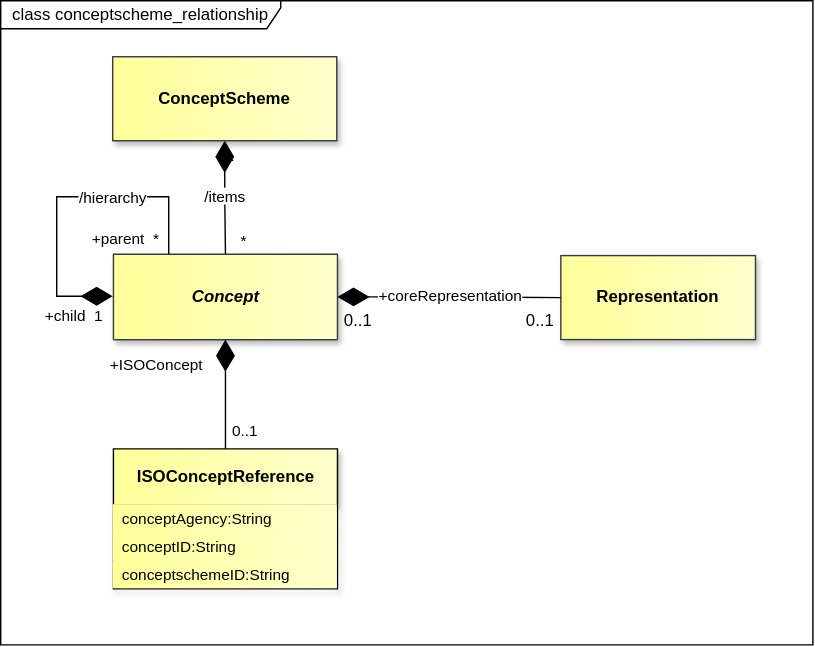
Before: docs/information_model/media/sdmx_conceptscheme-conceptschemerelationship.svg, a diagram exported from draw.io (sdmx-twg/sdmx-im). Source tidied: cells renumbered, new cells last; positions are measured from the earlier drawing's top-left corner, leaving out a move shared by most shapes.
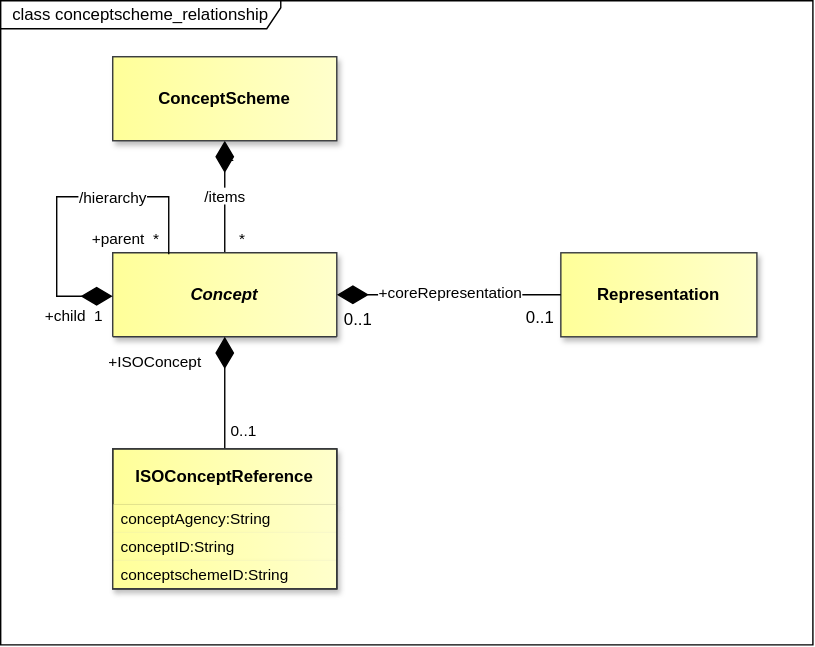
After the change.

What changed in the source:
```diff
@@ -2,11 +2,11 @@
   <root>
     <mxCell id="0" />
     <mxCell id="1" parent="0" />
-    <mxCell id="2" value="class conceptscheme_relationship" style="shape=umlFrame;whiteSpace=wrap;html=1;fillColor=light-dark(#FFFFFF,#121212);swimlaneFillColor=light-dark(#FFFFFF,#121212);width=200;height=20;" parent="1" vertex="1">
+    <mxCell id="2" value="&amp;nbsp; class conceptscheme_relationship" style="shape=umlFrame;whiteSpace=wrap;html=1;fillColor=light-dark(#FFFFFF,#121212);swimlaneFillColor=light-dark(#FFFFFF,#121212);width=200;height=20;align=left;" parent="1" vertex="1">
       <mxGeometry width="580" height="460" as="geometry" />
     </mxCell>
-    <mxCell id="3" value="&lt;font style=&quot;color: light-dark(rgb(0, 0, 0), rgb(255, 255, 255)); background-color: light-dark(rgb(255, 255, 255), rgb(0, 0, 0));&quot;&gt;/items&lt;/font&gt;" style="endArrow=none;html=1;endSize=12;startArrow=diamondThin;startSize=20;startFill=1;edgeStyle=orthogonalEdgeStyle;rounded=0;endFill=0;strokeColor=light-dark(#000000,#FFFFFF);fontColor=light-dark(#000000,#FFFFFF);labelBackgroundColor=none;exitX=0.5;exitY=1;exitDx=0;exitDy=0;entryX=0.5;entryY=0;entryDx=0;entryDy=0;" parent="1" edge="1" source="6" target="7">
-      <mxGeometry x="-0.01" relative="1" as="geometry" />
+    <mxCell id="3" value="&lt;font style=&quot;color: light-dark(rgb(0, 0, 0), rgb(255, 255, 255)); background-color: light-dark(rgb(255, 255, 255), rgb(0, 0, 0));&quot;&gt;/items&lt;/font&gt;" style="endArrow=none;html=1;endSize=12;startArrow=diamondThin;startSize=20;startFill=1;rounded=0;endFill=0;strokeColor=light-dark(#000000,#FFFFFF);fontColor=light-dark(#000000,#FFFFFF);labelBackgroundColor=none;exitX=0.5;exitY=1;exitDx=0;exitDy=0;entryX=0.5;entryY=0;entryDx=0;entryDy=0;" parent="1" edge="1" source="6" target="7">
+      <mxGeometry relative="1" as="geometry" />
     </mxCell>
     <mxCell id="4" value="*" style="edgeLabel;html=1;align=right;verticalAlign=top;labelBackgroundColor=none;fontColor=light-dark(#000000,#FFFFFF);" parent="3" vertex="1">
       <mxGeometry x="1" relative="1" as="geometry">
@@ -20,12 +20,12 @@
       <mxGeometry x="80" y="40" width="160" height="60" as="geometry" />
     </mxCell>
     <mxCell id="7" value="Concept" style="swimlane;fontStyle=3;align=center;verticalAlign=middle;horizontal=1;startSize=61;whiteSpace=wrap;html=1;strokeColor=#36393d;fontFamily=Helvetica;fontSize=12;fillColor=light-dark(#FFFF99,#FFFF99);gradientDirection=east;gradientColor=light-dark(#FFFFCC,#FFFFCC);fontColor=light-dark(#000000,#000000);shadow=1;" parent="1" vertex="1">
-      <mxGeometry x="80.5" y="181" width="160" height="61" as="geometry" />
+      <mxGeometry x="80" y="180" width="160" height="60" as="geometry" />
     </mxCell>
     <mxCell id="8" value="Representation" style="whiteSpace=wrap;html=1;verticalAlign=middle;gradientDirection=east;imageVerticalAlign=top;fontStyle=1;fillColor=light-dark(#FFFF99,#FFFF99);strokeColor=#36393d;fontColor=light-dark(#000000,#000000);gradientColor=light-dark(#FFFFCC,#FFFFCC);shadow=1;" parent="1" vertex="1">
-      <mxGeometry x="400" y="182" width="139" height="60" as="geometry" />
+      <mxGeometry x="400" y="180" width="140" height="60" as="geometry" />
     </mxCell>
-    <mxCell id="9" value="&lt;span style=&quot;background-color: rgb(255, 255, 255);&quot;&gt;+coreRepresentation&lt;/span&gt;" style="endArrow=none;html=1;endSize=12;startArrow=diamondThin;startSize=20;startFill=1;edgeStyle=orthogonalEdgeStyle;rounded=0;endFill=0;strokeColor=light-dark(#000000,#FFFFFF);fontColor=light-dark(#000000,#FFFFFF);labelBackgroundColor=none;exitX=1;exitY=0.5;exitDx=0;exitDy=0;entryX=0;entryY=0.5;entryDx=0;entryDy=0;" parent="1" edge="1" source="7" target="8">
+    <mxCell id="9" value="&lt;span style=&quot;background-color: rgb(255, 255, 255);&quot;&gt;+coreRepresentation&lt;/span&gt;" style="endArrow=none;html=1;endSize=12;startArrow=diamondThin;startSize=20;startFill=1;rounded=0;endFill=0;strokeColor=light-dark(#000000,#FFFFFF);fontColor=light-dark(#000000,#FFFFFF);labelBackgroundColor=none;exitX=1;exitY=0.5;exitDx=0;exitDy=0;entryX=0;entryY=0.5;entryDx=0;entryDy=0;" parent="1" edge="1" source="7" target="8">
       <mxGeometry y="-1" relative="1" as="geometry">
         <mxPoint x="1" y="-2" as="offset" />
       </mxGeometry>
@@ -41,19 +41,19 @@
       </mxGeometry>
     </mxCell>
     <mxCell id="12" value="ISOConceptReference" style="swimlane;fontStyle=1;align=center;verticalAlign=middle;horizontal=1;startSize=40;whiteSpace=wrap;html=1;fillColor=light-dark(#FFFF99,#FFFF99);strokeColor=light-dark(#000000,#000000);gradientDirection=east;swimlaneLine=1;fontColor=light-dark(#000000,#000000);labelBackgroundColor=none;textShadow=0;gradientColor=light-dark(#FFFFCC,#FFFFCC);shadow=1;" parent="1" vertex="1">
-      <mxGeometry x="80.5" y="320" width="160" height="100" as="geometry" />
+      <mxGeometry x="80" y="320" width="160" height="100" as="geometry" />
     </mxCell>
-    <mxCell id="13" value="conceptAgency:String" style="text;strokeColor=none;fillColor=light-dark(#FFFF99,#FFFF99);align=left;verticalAlign=middle;spacingLeft=4;spacingRight=4;overflow=hidden;whiteSpace=wrap;html=1;fontFamily=Helvetica;fontSize=11;fontColor=light-dark(#000000,#000000);gradientColor=light-dark(#FFFFCC,#FFFFCC);gradientDirection=east;" parent="12" vertex="1">
+    <mxCell id="13" value="conceptAgency:String" style="text;strokeColor=none;fillColor=light-dark(#FFFF99,#FFFF99);align=left;verticalAlign=middle;spacingLeft=4;spacingRight=4;overflow=hidden;whiteSpace=wrap;html=1;fontFamily=Helvetica;fontSize=11;fontColor=light-dark(#000000,#000000);gradientColor=light-dark(#FFFFCC,#FFFFCC);gradientDirection=east;shadow=1;" parent="12" vertex="1">
       <mxGeometry y="40" width="160" height="20" as="geometry" />
     </mxCell>
-    <mxCell id="14" value="conceptID:String" style="text;strokeColor=none;fillColor=light-dark(#FFFF99,#FFFF99);align=left;verticalAlign=middle;spacingLeft=4;spacingRight=4;overflow=hidden;whiteSpace=wrap;html=1;fontFamily=Helvetica;fontSize=11;fontColor=light-dark(#000000,#000000);gradientColor=light-dark(#FFFFCC,#FFFFCC);gradientDirection=east;" parent="12" vertex="1">
+    <mxCell id="14" value="conceptID:String" style="text;strokeColor=none;fillColor=light-dark(#FFFF99,#FFFF99);align=left;verticalAlign=middle;spacingLeft=4;spacingRight=4;overflow=hidden;whiteSpace=wrap;html=1;fontFamily=Helvetica;fontSize=11;fontColor=light-dark(#000000,#000000);gradientColor=light-dark(#FFFFCC,#FFFFCC);gradientDirection=east;shadow=1;" parent="12" vertex="1">
       <mxGeometry y="60" width="160" height="20" as="geometry" />
     </mxCell>
-    <mxCell id="15" value="conceptschemeID:String" style="text;strokeColor=none;fillColor=light-dark(#FFFF99,#FFFF99);align=left;verticalAlign=middle;spacingLeft=4;spacingRight=4;overflow=hidden;whiteSpace=wrap;html=1;fontFamily=Helvetica;fontSize=11;fontColor=light-dark(#000000,#000000);gradientColor=light-dark(#FFFFCC,#FFFFCC);gradientDirection=east;" parent="12" vertex="1">
+    <mxCell id="15" value="conceptschemeID:String" style="text;strokeColor=none;fillColor=light-dark(#FFFF99,#FFFF99);align=left;verticalAlign=middle;spacingLeft=4;spacingRight=4;overflow=hidden;whiteSpace=wrap;html=1;fontFamily=Helvetica;fontSize=11;fontColor=light-dark(#000000,#000000);gradientColor=light-dark(#FFFFCC,#FFFFCC);gradientDirection=east;shadow=1;" parent="12" vertex="1">
       <mxGeometry y="80" width="160" height="20" as="geometry" />
     </mxCell>
-    <mxCell id="16" value="&lt;span style=&quot;background-color: rgb(255, 255, 255);&quot;&gt;+ISOConcept&lt;/span&gt;" style="endArrow=none;html=1;endSize=12;startArrow=diamondThin;startSize=20;startFill=1;edgeStyle=orthogonalEdgeStyle;rounded=0;endFill=0;strokeColor=light-dark(#000000,#FFFFFF);fontColor=light-dark(#000000,#FFFFFF);labelBackgroundColor=none;exitX=0.5;exitY=1;exitDx=0;exitDy=0;entryX=0.5;entryY=0;entryDx=0;entryDy=0;" parent="1" edge="1" source="7" target="12">
-      <mxGeometry x="-0.54" y="-51" relative="1" as="geometry">
+    <mxCell id="16" value="&lt;span style=&quot;background-color: rgb(255, 255, 255);&quot;&gt;+ISOConcept&lt;/span&gt;" style="endArrow=none;html=1;endSize=12;startArrow=diamondThin;startSize=20;startFill=1;rounded=0;endFill=0;strokeColor=light-dark(#000000,#FFFFFF);fontColor=light-dark(#000000,#FFFFFF);labelBackgroundColor=none;exitX=0.5;exitY=1;exitDx=0;exitDy=0;entryX=0.5;entryY=0;entryDx=0;entryDy=0;" parent="1" edge="1" source="7" target="12">
+      <mxGeometry x="-0.55" y="-51" relative="1" as="geometry">
         <mxPoint x="1" as="offset" />
       </mxGeometry>
     </mxCell>
@@ -83,5 +83,8 @@
         <mxPoint x="-31" y="-6" as="offset" />
       </mxGeometry>
     </mxCell>
+    <mxCell id="21" style="rounded=0;whiteSpace=wrap;html=1;fillColor=none;strokeColor=#36393D;" parent="1" vertex="1">
+      <mxGeometry x="80" y="320" width="160" height="100" as="geometry" />
+    </mxCell>
   </root>
 </mxGraphModel>
```
